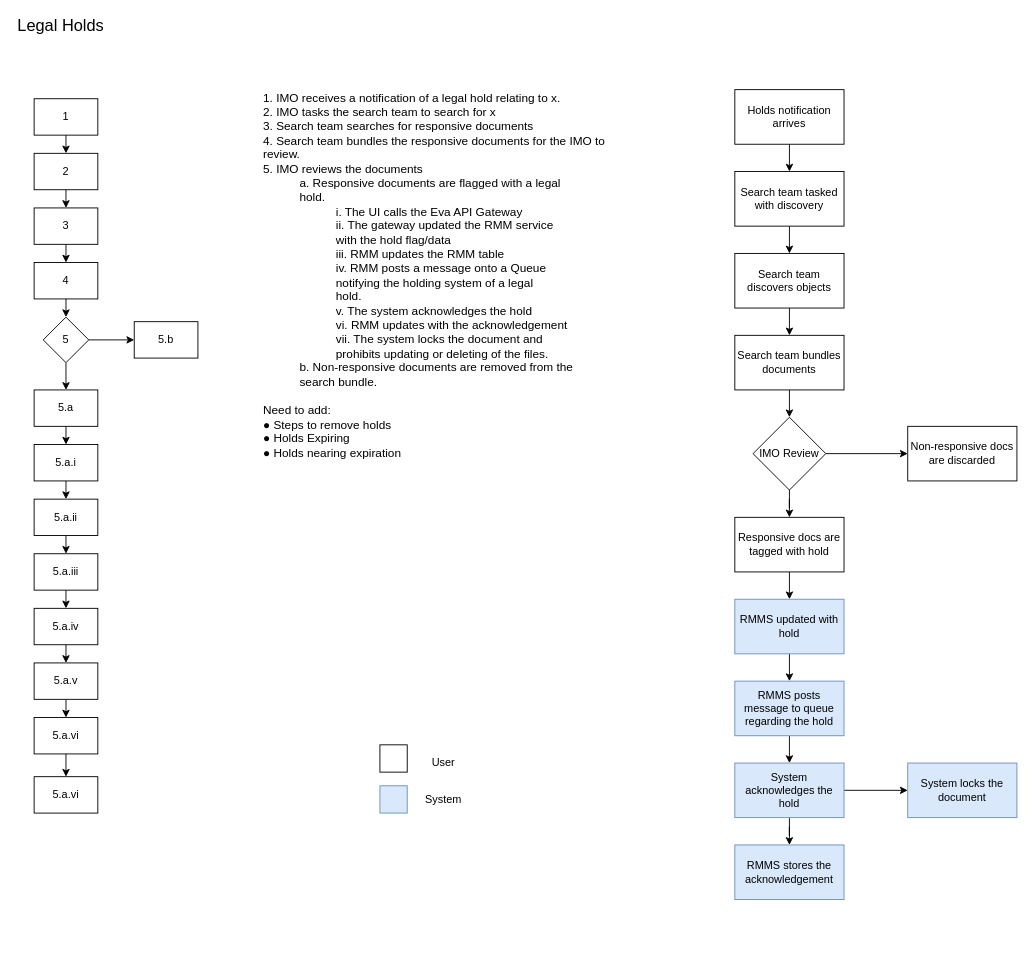
The draw.io diagram page "Holds Workflow" (1 of 4) of Drawings/Holds/Holds.drawio in RMSLowside/rmslow, before the edit. Source tidied: cells renumbered, new cells numbered last; positions are measured from the earlier drawing's top-left corner, leaving out a move shared by most shapes. Both pictures are drawn from the tidied source at 91%, with x=0, y=0 at pixel (15, 16).
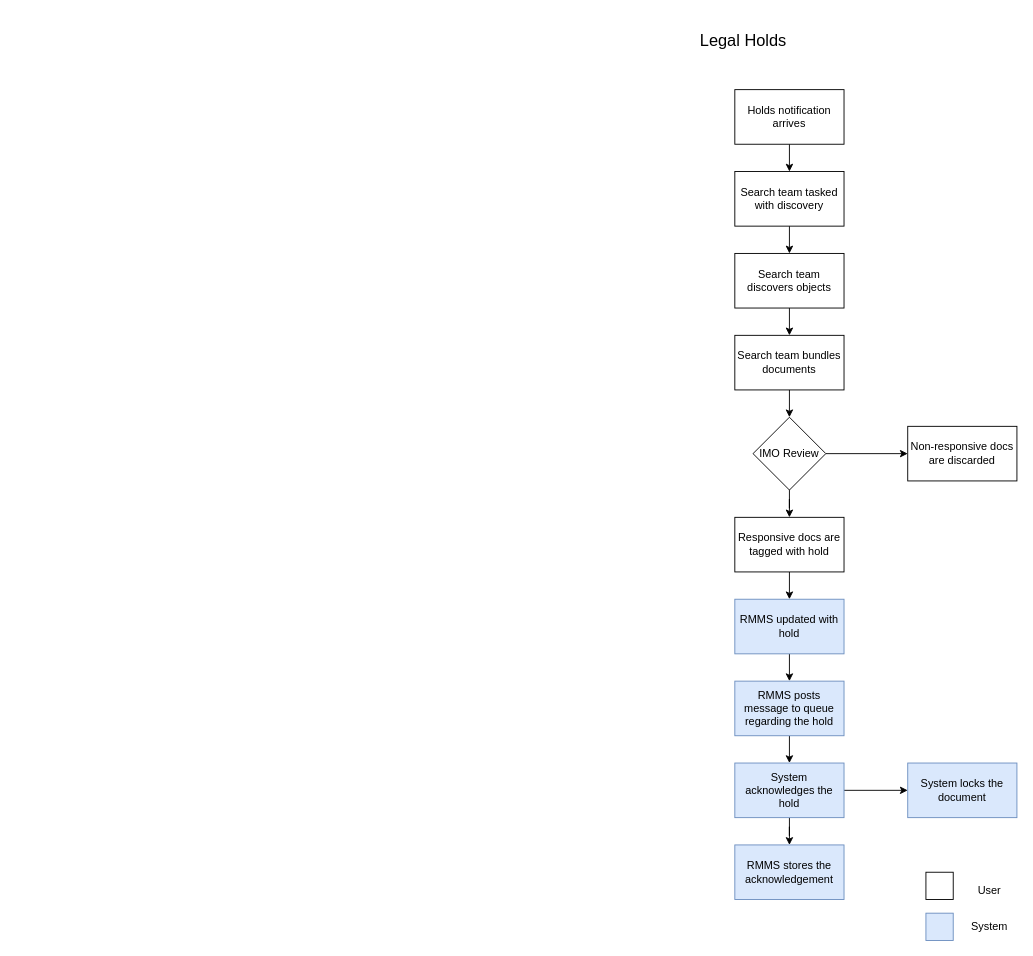
After the change.

Change to the diagram source:
```diff
@@
-    <mxCell id="2" value="1" style="rounded=0;whiteSpace=wrap;html=1;" parent="1" vertex="1">
-      <mxGeometry x="20" y="90" width="70" height="40" as="geometry" />
-    </mxCell>
-    <mxCell id="3" style="endArrow=classic;html=1;exitX=0.5;exitY=1;exitDx=0;exitDy=0;entryX=0.5;entryY=0;entryDx=0;entryDy=0;" parent="1" edge="1" source="2">
-      <mxGeometry relative="1" as="geometry">
-        <mxPoint x="55" y="150" as="targetPoint" />
-      </mxGeometry>
-    </mxCell>
-    <mxCell id="4" value="2" style="rounded=0;whiteSpace=wrap;html=1;" parent="1" vertex="1">
-      <mxGeometry x="20" y="150" width="70" height="40" as="geometry" />
-    </mxCell>
-    <mxCell id="5" style="endArrow=classic;html=1;exitX=0.5;exitY=1;exitDx=0;exitDy=0;entryX=0.5;entryY=0;entryDx=0;entryDy=0;" parent="1" edge="1" source="4">
-      <mxGeometry relative="1" as="geometry">
-        <mxPoint x="55" y="210" as="targetPoint" />
-      </mxGeometry>
-    </mxCell>
-    <mxCell id="6" value="3" style="rounded=0;whiteSpace=wrap;html=1;" parent="1" vertex="1">
-      <mxGeometry x="20" y="210" width="70" height="40" as="geometry" />
-    </mxCell>
-    <mxCell id="7" style="endArrow=classic;html=1;exitX=0.5;exitY=1;exitDx=0;exitDy=0;entryX=0.5;entryY=0;entryDx=0;entryDy=0;" parent="1" edge="1" source="6">
-      <mxGeometry relative="1" as="geometry">
-        <mxPoint x="55" y="270" as="targetPoint" />
-      </mxGeometry>
-    </mxCell>
-    <mxCell id="8" value="4" style="rounded=0;whiteSpace=wrap;html=1;" parent="1" vertex="1">
-      <mxGeometry x="20" y="270" width="70" height="40" as="geometry" />
-    </mxCell>
-    <mxCell id="9" style="endArrow=classic;html=1;exitX=0.5;exitY=1;exitDx=0;exitDy=0;entryX=0.5;entryY=0;entryDx=0;entryDy=0;" parent="1" edge="1" source="8">
-      <mxGeometry relative="1" as="geometry">
-        <mxPoint x="55" y="330" as="targetPoint" />
-      </mxGeometry>
-    </mxCell>
-    <mxCell id="10" value="5.a" style="rounded=0;whiteSpace=wrap;html=1;" parent="1" vertex="1">
-      <mxGeometry x="20" y="410" width="70" height="40" as="geometry" />
-    </mxCell>
-    <mxCell id="11" style="endArrow=classic;html=1;exitX=0.5;exitY=1;exitDx=0;exitDy=0;entryX=0.5;entryY=0;entryDx=0;entryDy=0;" parent="1" edge="1" source="10">
-      <mxGeometry relative="1" as="geometry">
-        <mxPoint x="55" y="470" as="targetPoint" />
-      </mxGeometry>
-    </mxCell>
-    <mxCell id="12" style="edgeStyle=orthogonalEdgeStyle;rounded=0;jettySize=auto;html=1;exitX=0.5;exitY=1;exitDx=0;exitDy=0;entryX=0.5;entryY=0;entryDx=0;entryDy=0;fontSize=12;" parent="1" edge="1" source="13" target="20">
-      <mxGeometry relative="1" as="geometry" />
-    </mxCell>
-    <mxCell id="13" value="5.a.ii" style="rounded=0;whiteSpace=wrap;html=1;" parent="1" vertex="1">
-      <mxGeometry x="20" y="530" width="70" height="40" as="geometry" />
-    </mxCell>
-    <mxCell id="14" value="5.a.i" style="rounded=0;whiteSpace=wrap;html=1;" parent="1" vertex="1">
-      <mxGeometry x="20" y="470" width="70" height="40" as="geometry" />
-    </mxCell>
-    <mxCell id="15" style="endArrow=classic;html=1;exitX=0.5;exitY=1;exitDx=0;exitDy=0;entryX=0.5;entryY=0;entryDx=0;entryDy=0;" parent="1" edge="1" source="14">
-      <mxGeometry relative="1" as="geometry">
-        <mxPoint x="55" y="530" as="targetPoint" />
-      </mxGeometry>
-    </mxCell>
-    <mxCell id="16" style="edgeStyle=orthogonalEdgeStyle;rounded=0;jettySize=auto;html=1;exitX=0.5;exitY=1;exitDx=0;exitDy=0;entryX=0.5;entryY=0;entryDx=0;entryDy=0;fontSize=12;" parent="1" edge="1" source="18" target="10">
-      <mxGeometry relative="1" as="geometry" />
-    </mxCell>
-    <mxCell id="17" style="edgeStyle=orthogonalEdgeStyle;rounded=0;jettySize=auto;html=1;exitX=1;exitY=0.5;exitDx=0;exitDy=0;entryX=0;entryY=0.5;entryDx=0;entryDy=0;fontSize=12;" parent="1" edge="1" source="18" target="28">
-      <mxGeometry relative="1" as="geometry" />
-    </mxCell>
-    <mxCell id="18" value="5" style="rhombus;whiteSpace=wrap;html=1;" parent="1" vertex="1">
-      <mxGeometry x="30" y="330" width="50" height="50" as="geometry" />
-    </mxCell>
-    <mxCell id="19" value="1. IMO receives a notification of a legal hold relating to x.&lt;br&gt;2. IMO tasks the search team to search for x&lt;br&gt;3. Search team searches for responsive documents&lt;br&gt;4. Search team bundles the responsive documents for the IMO to&lt;br&gt;review.&lt;br&gt;5. IMO reviews the documents&lt;br&gt;&lt;blockquote style=&quot;margin: 0 0 0 40px ; border: none ; padding: 0px&quot;&gt;a. Responsive documents are flagged with a legal&lt;br&gt;hold.&lt;br&gt;&lt;/blockquote&gt;&lt;blockquote style=&quot;margin: 0 0 0 40px ; border: none ; padding: 0px&quot;&gt;&lt;blockquote style=&quot;margin: 0 0 0 40px ; border: none ; padding: 0px&quot;&gt;i. The UI calls the Eva API Gateway&lt;/blockquote&gt;&lt;blockquote style=&quot;margin: 0 0 0 40px ; border: none ; padding: 0px&quot;&gt;ii. The gateway updated the RMM service&lt;/blockquote&gt;&lt;blockquote style=&quot;margin: 0 0 0 40px ; border: none ; padding: 0px&quot;&gt;with the hold flag/data&lt;/blockquote&gt;&lt;blockquote style=&quot;margin: 0 0 0 40px ; border: none ; padding: 0px&quot;&gt;iii. RMM updates the RMM table&lt;/blockquote&gt;&lt;blockquote style=&quot;margin: 0 0 0 40px ; border: none ; padding: 0px&quot;&gt;iv. RMM posts a message onto a Queue&lt;/blockquote&gt;&lt;blockquote style=&quot;margin: 0 0 0 40px ; border: none ; padding: 0px&quot;&gt;notifying the holding system of a legal&lt;/blockquote&gt;&lt;blockquote style=&quot;margin: 0 0 0 40px ; border: none ; padding: 0px&quot;&gt;hold.&lt;/blockquote&gt;&lt;blockquote style=&quot;margin: 0 0 0 40px ; border: none ; padding: 0px&quot;&gt;v. The system acknowledges the hold&lt;/blockquote&gt;&lt;blockquote style=&quot;margin: 0 0 0 40px ; border: none ; padding: 0px&quot;&gt;vi. RMM updates with the acknowledgement&lt;/blockquote&gt;&lt;blockquote style=&quot;margin: 0 0 0 40px ; border: none ; padding: 0px&quot;&gt;vii. The system locks the document and&lt;/blockquote&gt;&lt;blockquote style=&quot;margin: 0 0 0 40px ; border: none ; padding: 0px&quot;&gt;prohibits updating or deleting of the files.&lt;/blockquote&gt;&lt;/blockquote&gt;&lt;blockquote style=&quot;margin: 0 0 0 40px ; border: none ; padding: 0px&quot;&gt;b. Non-responsive documents are removed from the&lt;br&gt;search bundle.&lt;/blockquote&gt;&lt;br&gt;Need to add:&lt;br&gt;● Steps to remove holds&lt;br&gt;● Holds Expiring&lt;br&gt;● Holds nearing expiration" style="text;strokeColor=none;fillColor=none;align=left;verticalAlign=top;rounded=0;fontSize=13;whiteSpace=wrap;html=1;" parent="1" vertex="1">
-      <mxGeometry x="270" y="75" width="380" height="710" as="geometry" />
-    </mxCell>
-    <mxCell id="20" value="5.a.iii" style="rounded=0;whiteSpace=wrap;html=1;" parent="1" vertex="1">
-      <mxGeometry x="20" y="590" width="70" height="40" as="geometry" />
-    </mxCell>
-    <mxCell id="21" style="endArrow=classic;html=1;exitX=0.5;exitY=1;exitDx=0;exitDy=0;entryX=0.5;entryY=0;entryDx=0;entryDy=0;" parent="1" edge="1" source="20">
-      <mxGeometry relative="1" as="geometry">
-        <mxPoint x="55" y="650" as="targetPoint" />
-      </mxGeometry>
-    </mxCell>
-    <mxCell id="22" style="edgeStyle=orthogonalEdgeStyle;rounded=0;jettySize=auto;html=1;exitX=0.5;exitY=1;exitDx=0;exitDy=0;entryX=0.5;entryY=0;entryDx=0;entryDy=0;fontSize=12;" parent="1" edge="1" source="23" target="27">
-      <mxGeometry relative="1" as="geometry" />
-    </mxCell>
-    <mxCell id="23" value="5.a.v" style="rounded=0;whiteSpace=wrap;html=1;" parent="1" vertex="1">
-      <mxGeometry x="20" y="710" width="70" height="40" as="geometry" />
-    </mxCell>
-    <mxCell id="24" value="5.a.iv" style="rounded=0;whiteSpace=wrap;html=1;" parent="1" vertex="1">
-      <mxGeometry x="20" y="650" width="70" height="40" as="geometry" />
-    </mxCell>
-    <mxCell id="25" style="endArrow=classic;html=1;exitX=0.5;exitY=1;exitDx=0;exitDy=0;entryX=0.5;entryY=0;entryDx=0;entryDy=0;" parent="1" edge="1" source="24">
-      <mxGeometry relative="1" as="geometry">
-        <mxPoint x="55" y="710" as="targetPoint" />
-      </mxGeometry>
-    </mxCell>
-    <mxCell id="26" style="edgeStyle=orthogonalEdgeStyle;rounded=0;jettySize=auto;html=1;exitX=0.5;exitY=1;exitDx=0;exitDy=0;entryX=0.5;entryY=0;entryDx=0;entryDy=0;fontSize=12;" parent="1" edge="1" source="27" target="29">
-      <mxGeometry relative="1" as="geometry" />
-    </mxCell>
-    <mxCell id="27" value="5.a.vi" style="rounded=0;whiteSpace=wrap;html=1;" parent="1" vertex="1">
-      <mxGeometry x="20" y="770" width="70" height="40" as="geometry" />
-    </mxCell>
-    <mxCell id="28" value="5.b" style="rounded=0;whiteSpace=wrap;html=1;" parent="1" vertex="1">
-      <mxGeometry x="130" y="335" width="70" height="40" as="geometry" />
-    </mxCell>
-    <mxCell id="29" value="5.a.vi" style="rounded=0;whiteSpace=wrap;html=1;" parent="1" vertex="1">
-      <mxGeometry x="20" y="835" width="70" height="40" as="geometry" />
-    </mxCell>
     <mxCell id="30" value="Legal Holds" style="text;html=1;strokeColor=none;fillColor=none;align=left;verticalAlign=middle;whiteSpace=wrap;rounded=0;fontSize=18;" parent="1" vertex="1">
-      <mxGeometry width="200" height="20" as="geometry" />
+      <mxGeometry x="750" y="17" width="200" height="20" as="geometry" />
     </mxCell>
@@
     <mxCell id="54" style="rounded=0;whiteSpace=wrap;html=1;" parent="1" vertex="1">
-      <mxGeometry x="400" y="800" width="30" height="30" as="geometry" />
+      <mxGeometry x="1000" y="940" width="30" height="30" as="geometry" />
     </mxCell>
     <mxCell id="55" style="rounded=0;whiteSpace=wrap;html=1;fillColor=#dae8fc;strokeColor=#6c8ebf;" parent="1" vertex="1">
-      <mxGeometry x="400" y="845" width="30" height="30" as="geometry" />
+      <mxGeometry x="1000" y="985" width="30" height="30" as="geometry" />
     </mxCell>
     <mxCell id="56" value="System" style="text;html=1;strokeColor=none;fillColor=none;align=center;verticalAlign=middle;whiteSpace=wrap;rounded=0;" parent="1" vertex="1">
-      <mxGeometry x="450" y="850" width="40" height="20" as="geometry" />
+      <mxGeometry x="1050" y="990" width="40" height="20" as="geometry" />
     </mxCell>
     <mxCell id="57" value="User" style="text;html=1;strokeColor=none;fillColor=none;align=center;verticalAlign=middle;whiteSpace=wrap;rounded=0;" parent="1" vertex="1">
-      <mxGeometry x="450" y="810" width="40" height="20" as="geometry" />
+      <mxGeometry x="1050" y="950" width="40" height="20" as="geometry" />
     </mxCell>
```
